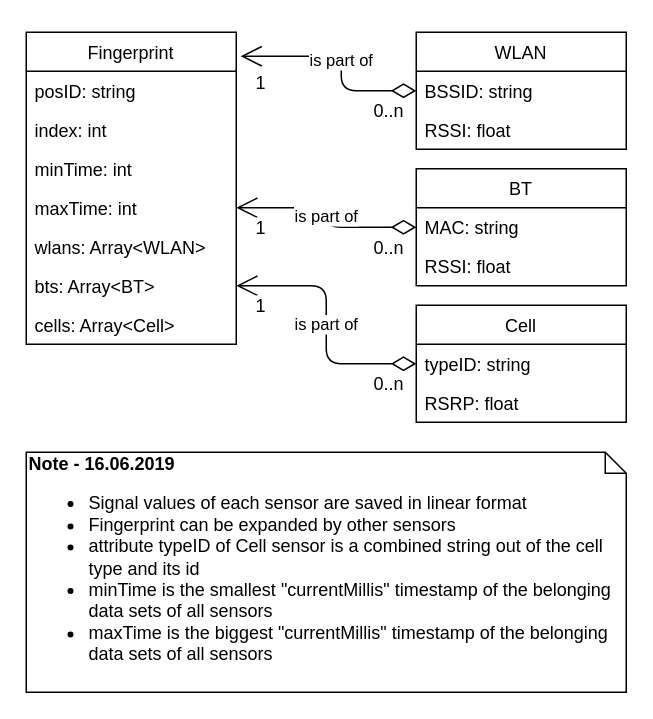
Above: FP_DataModel.drawio in wurmc/DataModelling (draw.io), before the change. Source tidied: cells renumbered, new cells numbered last; positions are measured from the earlier drawing's top-left corner, leaving out a move shared by most shapes. Both pictures are drawn from the tidied source at 150%, with x=0, y=0 at pixel (26, 32).
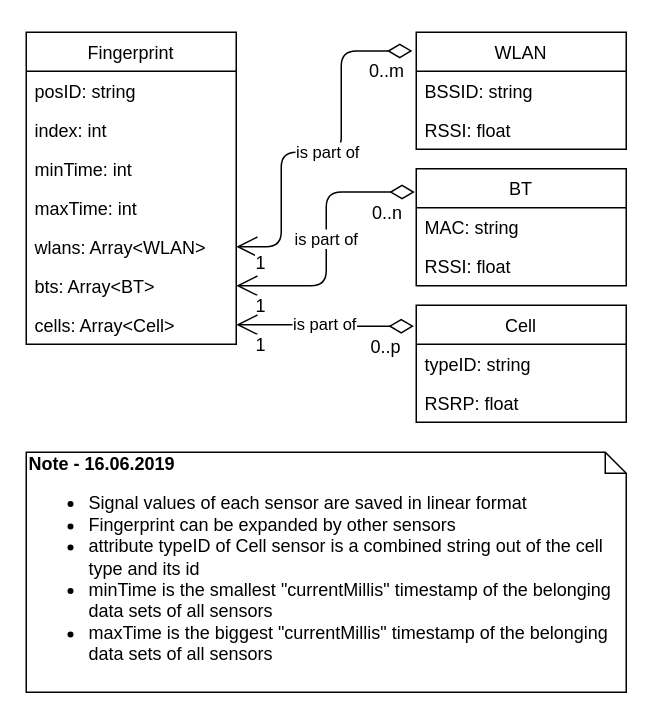
The same page after the edit.

The change refers to these unchanged cells:
```xml
<mxCell id="2" value="Fingerprint" style="swimlane;fontStyle=0;horizontal=1;startSize=26;fillColor=none;" parent="1" vertex="1">
  <mxGeometry width="140" height="208" as="geometry" />
</mxCell>
<mxCell id="6" value="maxTime: int&#10;" style="text;strokeColor=none;fillColor=none;align=left;verticalAlign=top;spacingLeft=4;spacingRight=4;overflow=hidden;points=[[0,0.5],[1,0.5]];portConstraint=eastwest;" parent="2" vertex="1">
  <mxGeometry y="104" width="140" height="26" as="geometry" />
</mxCell>
<mxCell id="7" value="wlans: Array&lt;WLAN&gt;&#10;" style="text;strokeColor=none;fillColor=none;align=left;verticalAlign=top;spacingLeft=4;spacingRight=4;overflow=hidden;points=[[0,0.5],[1,0.5]];portConstraint=eastwest;" parent="2" vertex="1">
  <mxGeometry y="130" width="140" height="26" as="geometry" />
</mxCell>
<mxCell id="8" value="bts: Array&lt;BT&gt;&#10;" style="text;strokeColor=none;fillColor=none;align=left;verticalAlign=top;spacingLeft=4;spacingRight=4;overflow=hidden;points=[[0,0.5],[1,0.5]];portConstraint=eastwest;" parent="2" vertex="1">
  <mxGeometry y="156" width="140" height="26" as="geometry" />
</mxCell>
<mxCell id="9" value="cells: Array&lt;Cell&gt;&#10;" style="text;strokeColor=none;fillColor=none;align=left;verticalAlign=top;spacingLeft=4;spacingRight=4;overflow=hidden;points=[[0,0.5],[1,0.5]];portConstraint=eastwest;" parent="2" vertex="1">
  <mxGeometry y="182" width="140" height="26" as="geometry" />
</mxCell>
<mxCell id="10" value="WLAN" style="swimlane;fontStyle=0;horizontal=1;startSize=26;fillColor=none;" parent="1" vertex="1">
  <mxGeometry x="260" width="140" height="78" as="geometry" />
</mxCell>
<mxCell id="11" value="BSSID: string" style="text;strokeColor=none;fillColor=none;align=left;verticalAlign=top;spacingLeft=4;spacingRight=4;overflow=hidden;points=[[0,0.5],[1,0.5]];portConstraint=eastwest;" parent="10" vertex="1">
  <mxGeometry y="26" width="140" height="26" as="geometry" />
</mxCell>
<mxCell id="13" value="BT" style="swimlane;fontStyle=0;horizontal=1;startSize=26;fillColor=none;" parent="1" vertex="1">
  <mxGeometry x="260" y="91" width="140" height="78" as="geometry" />
</mxCell>
<mxCell id="14" value="MAC: string" style="text;strokeColor=none;fillColor=none;align=left;verticalAlign=top;spacingLeft=4;spacingRight=4;overflow=hidden;points=[[0,0.5],[1,0.5]];portConstraint=eastwest;" parent="13" vertex="1">
  <mxGeometry y="26" width="140" height="26" as="geometry" />
</mxCell>
<mxCell id="16" value="Cell" style="swimlane;fontStyle=0;horizontal=1;startSize=26;fillColor=none;" parent="1" vertex="1">
  <mxGeometry x="260" y="182" width="140" height="78" as="geometry" />
</mxCell>
<mxCell id="17" value="typeID: string" style="text;strokeColor=none;fillColor=none;align=left;verticalAlign=top;spacingLeft=4;spacingRight=4;overflow=hidden;points=[[0,0.5],[1,0.5]];portConstraint=eastwest;" parent="16" vertex="1">
  <mxGeometry y="26" width="140" height="26" as="geometry" />
</mxCell>
```

Diff of the diagram source:
```diff
@@
-    <mxCell id="19" value="is part of" style="endArrow=open;html=1;endSize=12;startArrow=diamondThin;startSize=14;startFill=0;edgeStyle=orthogonalEdgeStyle;exitX=0;exitY=0.5;exitDx=0;exitDy=0;entryX=1.021;entryY=0.077;entryDx=0;entryDy=0;entryPerimeter=0;" parent="1" edge="1" source="11" target="2">
+    <mxCell id="19" value="is part of" style="endArrow=open;html=1;endSize=12;startArrow=diamondThin;startSize=14;startFill=0;edgeStyle=orthogonalEdgeStyle;exitX=-0.018;exitY=0.16;exitDx=0;exitDy=0;entryX=1;entryY=0.5;entryDx=0;entryDy=0;exitPerimeter=0;" parent="1" edge="1" source="10" target="7">
       <mxGeometry relative="1" as="geometry">
         <Array as="points">
-          <mxPoint x="210" y="39" />
-          <mxPoint x="210" y="16" />
+          <mxPoint x="210" y="13" />
+          <mxPoint x="210" y="80" />
+          <mxPoint x="170" y="80" />
+          <mxPoint x="170" y="143" />
         </Array>
       </mxGeometry>
     </mxCell>
-    <mxCell id="20" value="&lt;font style=&quot;font-size: 12px&quot;&gt;0..n&lt;/font&gt;" style="html=1;align=left;verticalAlign=top;labelBackgroundColor=#ffffff;fontSize=10;" parent="19" vertex="1">
+    <mxCell id="20" value="&lt;font style=&quot;font-size: 12px&quot;&gt;0..m&lt;/font&gt;" style="html=1;align=left;verticalAlign=top;labelBackgroundColor=#ffffff;fontSize=10;" parent="19" vertex="1">
       <mxGeometry x="-1" relative="1" as="geometry">
         <mxPoint x="-30" as="offset" />
       </mxGeometry>
     </mxCell>
     <mxCell id="21" value="&lt;font style=&quot;font-size: 12px&quot;&gt;1&lt;/font&gt;" style="html=1;align=right;verticalAlign=top;labelBackgroundColor=#ffffff;fontSize=10;" parent="19" vertex="1">
       <mxGeometry x="1" relative="1" as="geometry">
-        <mxPoint x="17" y="4" as="offset" />
+        <mxPoint x="20" y="-3" as="offset" />
       </mxGeometry>
     </mxCell>
-    <mxCell id="22" value="is part of" style="endArrow=open;html=1;endSize=12;startArrow=diamondThin;startSize=14;startFill=0;edgeStyle=orthogonalEdgeStyle;exitX=0;exitY=0.5;exitDx=0;exitDy=0;entryX=1;entryY=0.5;entryDx=0;entryDy=0;" parent="1" edge="1" source="14" target="6">
+    <mxCell id="22" value="is part of" style="endArrow=open;html=1;endSize=12;startArrow=diamondThin;startSize=14;startFill=0;edgeStyle=orthogonalEdgeStyle;exitX=-0.007;exitY=0.199;exitDx=0;exitDy=0;entryX=1;entryY=0.5;entryDx=0;entryDy=0;exitPerimeter=0;" parent="1" edge="1" source="13" target="8">
       <mxGeometry relative="1" as="geometry" />
     </mxCell>
@@
-    <mxCell id="25" value="is part of" style="endArrow=open;html=1;endSize=12;startArrow=diamondThin;startSize=14;startFill=0;edgeStyle=orthogonalEdgeStyle;exitX=0;exitY=0.5;exitDx=0;exitDy=0;entryX=1;entryY=0.5;entryDx=0;entryDy=0;" parent="1" edge="1" source="17" target="8">
+    <mxCell id="25" value="is part of" style="endArrow=open;html=1;endSize=12;startArrow=diamondThin;startSize=14;startFill=0;edgeStyle=orthogonalEdgeStyle;exitX=-0.011;exitY=0.179;exitDx=0;exitDy=0;entryX=1;entryY=0.5;entryDx=0;entryDy=0;exitPerimeter=0;" parent="1" edge="1" source="16" target="9">
       <mxGeometry relative="1" as="geometry" />
     </mxCell>
-    <mxCell id="26" value="&lt;font style=&quot;font-size: 12px&quot;&gt;0..n&lt;/font&gt;" style="html=1;align=left;verticalAlign=top;labelBackgroundColor=#ffffff;fontSize=10;" parent="25" vertex="1">
+    <mxCell id="26" value="&lt;font style=&quot;font-size: 12px&quot;&gt;0..p&lt;/font&gt;" style="html=1;align=left;verticalAlign=top;labelBackgroundColor=#ffffff;fontSize=10;" parent="25" vertex="1">
       <mxGeometry x="-1" relative="1" as="geometry">
         <mxPoint x="-30" as="offset" />
       </mxGeometry>
     </mxCell>
```
